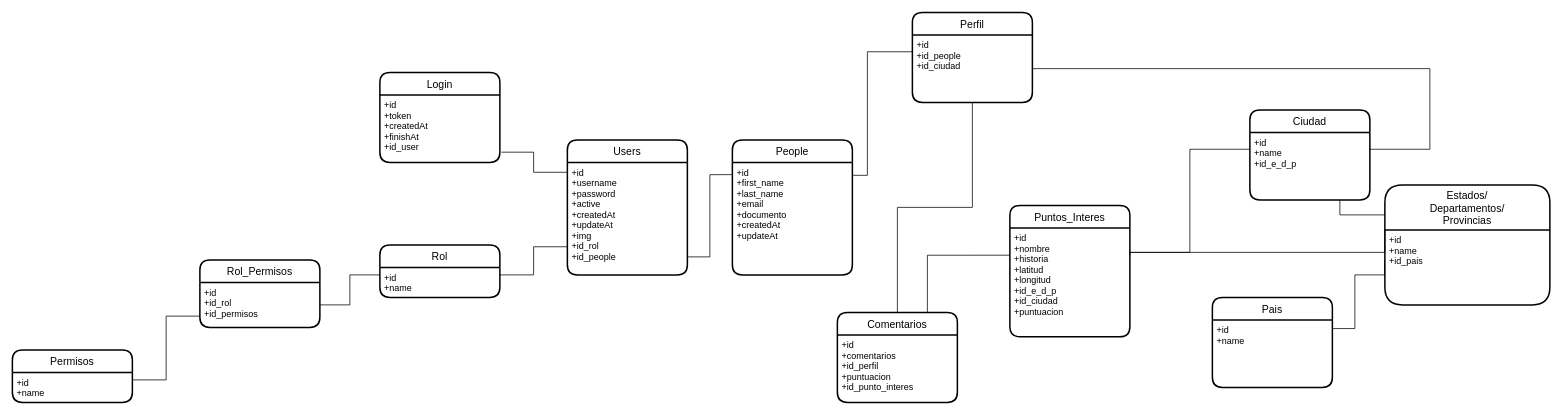
Earlier version of the draw.io diagram Travel.drawio (KitotsuMolina/Travel). Source tidied: cells renumbered, new cells numbered last; positions are measured from the earlier drawing's top-left corner, leaving out a move shared by most shapes. Both pictures are drawn from the tidied source at 75%, with x=0, y=0 at pixel (12, 12).
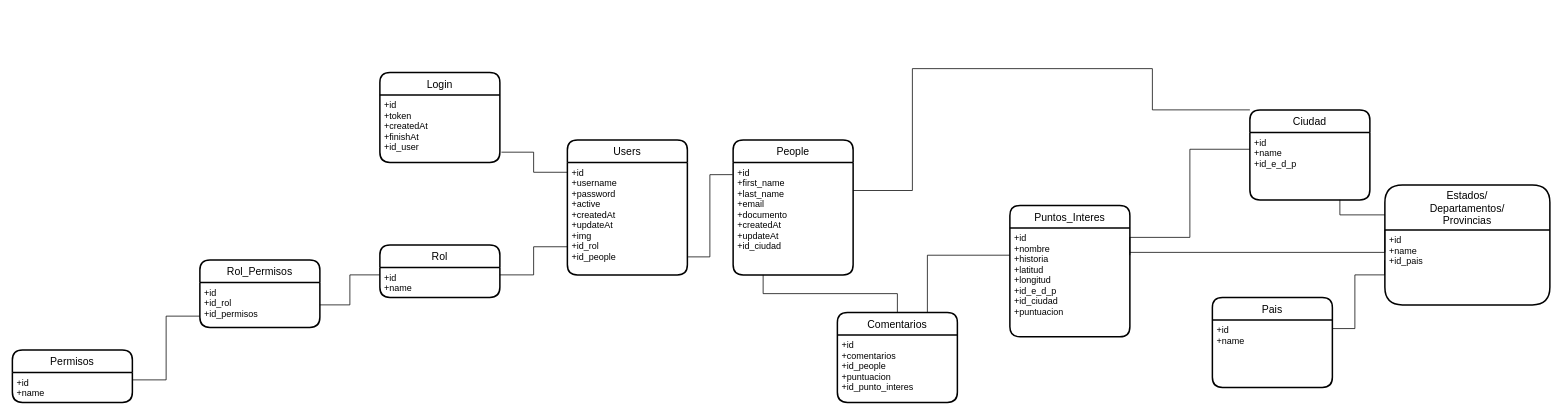
The same page after the edit.

Unchanged cells that the change refers to:
```xml
<mxCell id="2" value="Users" style="swimlane;horizontal=1;startSize=30;rounded=1;fontSize=14;fontStyle=0;strokeWidth=2;shadow=0;dashed=0;align=center;" parent="1" vertex="1">
  <mxGeometry x="740" y="170" width="160" height="180" as="geometry" />
</mxCell>
<mxCell id="25" value="Ciudad" style="swimlane;horizontal=1;startSize=30;rounded=1;fontSize=14;fontStyle=0;strokeWidth=2;shadow=0;dashed=0;align=center;" parent="1" vertex="1">
  <mxGeometry x="1650" y="130" width="160" height="120" as="geometry" />
</mxCell>
<mxCell id="26" value="+id&#10;+name&#10;+id_e_d_p" style="align=left;strokeColor=none;fillColor=none;spacingLeft=4;fontSize=12;verticalAlign=top;" parent="25" vertex="1">
  <mxGeometry y="30" width="160" height="90" as="geometry" />
</mxCell>
<mxCell id="35" value="Comentarios" style="swimlane;horizontal=1;startSize=30;rounded=1;fontSize=14;fontStyle=0;strokeWidth=2;shadow=0;dashed=0;align=center;" parent="1" vertex="1">
  <mxGeometry x="1100" y="400" width="160" height="120" as="geometry" />
</mxCell>
```

Change to the diagram source:
```diff
@@
-    <mxCell id="3" value="+id&#10;+username&#10;+password&#10;+active&#10;+createdAt&#10;+updateAt&#10;+img&#10;+id_rol&#10;+id_people" style="align=left;strokeColor=none;fillColor=none;spacingLeft=4;fontSize=12;verticalAlign=top;" parent="2" vertex="1">
+    <mxCell id="3" value="+id&#10;+username&#10;+password&#10;+active&#10;+createdAt&#10;+updateAt&#10;+img&#10;+id_rol&#10;+id_people&#10;" style="align=left;strokeColor=none;fillColor=none;spacingLeft=4;fontSize=12;verticalAlign=top;" parent="2" vertex="1">
       <mxGeometry y="30" width="160" height="150" as="geometry" />
     </mxCell>
     <mxCell id="4" value="People" style="swimlane;horizontal=1;startSize=30;rounded=1;fontSize=14;fontStyle=0;strokeWidth=2;shadow=0;dashed=0;align=center;" parent="1" vertex="1">
-      <mxGeometry x="960" y="170" width="160" height="180" as="geometry" />
+      <mxGeometry x="961" y="170" width="160" height="180" as="geometry" />
     </mxCell>
-    <mxCell id="5" value="+id&#10;+first_name&#10;+last_name&#10;+email&#10;+documento&#10;+createdAt&#10;+updateAt&#10;" style="align=left;strokeColor=none;fillColor=none;spacingLeft=4;fontSize=12;verticalAlign=top;" parent="4" vertex="1">
+    <mxCell id="5" value="+id&#10;+first_name&#10;+last_name&#10;+email&#10;+documento&#10;+createdAt&#10;+updateAt&#10;+id_ciudad" style="align=left;strokeColor=none;fillColor=none;spacingLeft=4;fontSize=12;verticalAlign=top;" parent="4" vertex="1">
       <mxGeometry y="30" width="160" height="150" as="geometry" />
     </mxCell>
@@
-    <mxCell id="19" value="Perfil" style="swimlane;horizontal=1;startSize=30;rounded=1;fontSize=14;fontStyle=0;strokeWidth=2;shadow=0;dashed=0;align=center;" parent="1" vertex="1">
-      <mxGeometry x="1200" width="160" height="120" as="geometry" />
-    </mxCell>
-    <mxCell id="20" value="+id&#10;+id_people&#10;+id_ciudad" style="align=left;strokeColor=none;fillColor=none;spacingLeft=4;fontSize=12;verticalAlign=top;" parent="19" vertex="1">
-      <mxGeometry y="30" width="160" height="90" as="geometry" />
-    </mxCell>
@@
-    <mxCell id="29" style="edgeStyle=orthogonalEdgeStyle;rounded=0;jettySize=auto;html=1;exitX=0;exitY=0.25;exitDx=0;exitDy=0;entryX=1.002;entryY=0.115;entryDx=0;entryDy=0;entryPerimeter=0;endArrow=none;endFill=0;" parent="1" edge="1" source="20" target="5">
-      <mxGeometry relative="1" as="geometry">
-        <Array as="points">
-          <mxPoint x="1140" y="53" />
-          <mxPoint x="1140" y="217" />
-        </Array>
-      </mxGeometry>
-    </mxCell>
-    <mxCell id="30" style="edgeStyle=orthogonalEdgeStyle;rounded=0;jettySize=auto;html=1;exitX=1;exitY=0.25;exitDx=0;exitDy=0;entryX=1;entryY=0.5;entryDx=0;entryDy=0;startArrow=none;startFill=0;endArrow=none;endFill=0;" parent="1" edge="1" source="26" target="20">
+    <mxCell id="30" style="edgeStyle=orthogonalEdgeStyle;rounded=0;jettySize=auto;html=1;exitX=0;exitY=0;exitDx=0;exitDy=0;entryX=1;entryY=0.25;entryDx=0;entryDy=0;startArrow=none;startFill=0;endArrow=none;endFill=0;" parent="1" edge="1" source="25" target="5">
       <mxGeometry relative="1" as="geometry">
         <Array as="points">
-          <mxPoint x="1890" y="183" />
-          <mxPoint x="1890" y="75" />
+          <mxPoint x="1520" y="130" />
+          <mxPoint x="1520" y="75" />
+          <mxPoint x="1200" y="75" />
+          <mxPoint x="1200" y="238" />
         </Array>
       </mxGeometry>
     </mxCell>
@@
     <mxCell id="34" style="edgeStyle=orthogonalEdgeStyle;rounded=0;jettySize=auto;html=1;exitX=0;exitY=0.25;exitDx=0;exitDy=0;endArrow=none;endFill=0;" parent="1" edge="1" source="26">
       <mxGeometry relative="1" as="geometry">
         <mxPoint x="1490" y="320" as="targetPoint" />
         <Array as="points">
           <mxPoint x="1570" y="183" />
-          <mxPoint x="1570" y="320" />
-          <mxPoint x="1490" y="320" />
+          <mxPoint x="1570" y="300" />
+          <mxPoint x="1490" y="300" />
         </Array>
       </mxGeometry>
     </mxCell>
@@
-    <mxCell id="36" value="+id&#10;+comentarios&#10;+id_perfil&#10;+puntuacion&#10;+id_punto_interes" style="align=left;strokeColor=none;fillColor=none;spacingLeft=4;fontSize=12;verticalAlign=top;" parent="35" vertex="1">
+    <mxCell id="36" value="+id&#10;+comentarios&#10;+id_people&#10;+puntuacion&#10;+id_punto_interes" style="align=left;strokeColor=none;fillColor=none;spacingLeft=4;fontSize=12;verticalAlign=top;" parent="35" vertex="1">
       <mxGeometry y="30" width="160" height="90" as="geometry" />
     </mxCell>
-    <mxCell id="37" style="edgeStyle=orthogonalEdgeStyle;rounded=0;jettySize=auto;html=1;exitX=0.5;exitY=1;exitDx=0;exitDy=0;endArrow=none;endFill=0;" parent="1" edge="1" source="20" target="35">
+    <mxCell id="37" style="edgeStyle=orthogonalEdgeStyle;rounded=0;jettySize=auto;html=1;exitX=0.25;exitY=1;exitDx=0;exitDy=0;endArrow=none;endFill=0;" parent="1" edge="1" source="5" target="35">
       <mxGeometry relative="1" as="geometry" />
     </mxCell>
```
